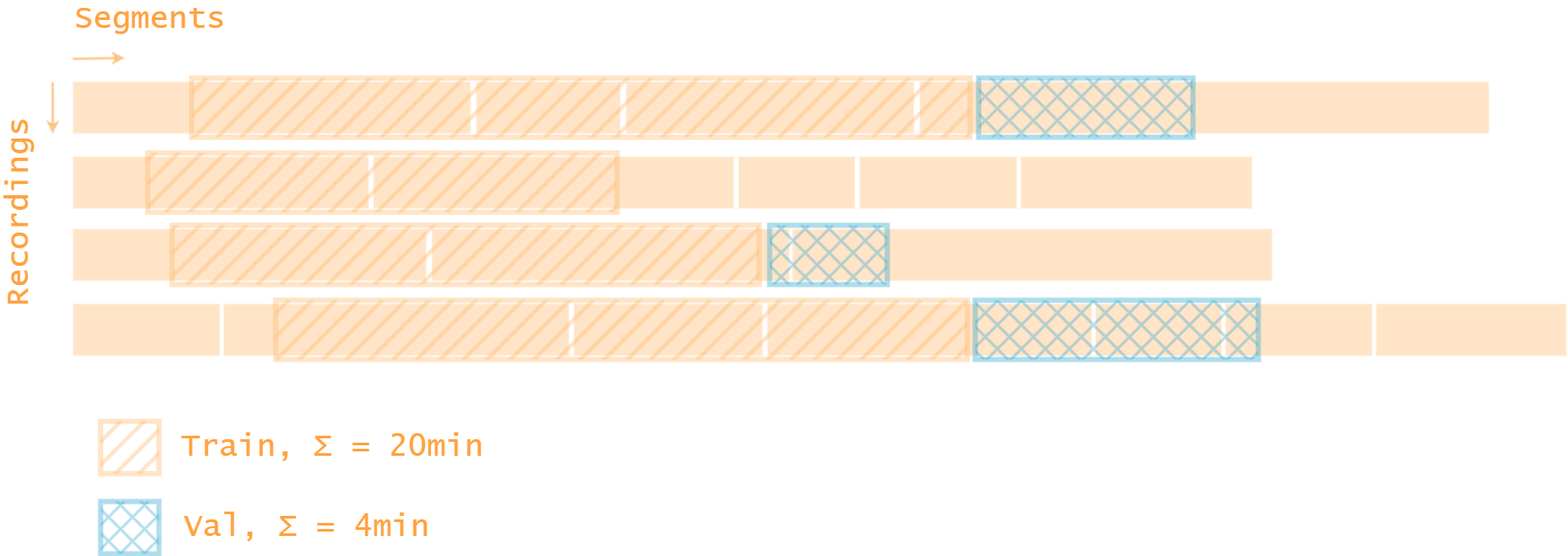
The draw.io diagram figs/split.drawio.png in Senopiece/thesis, before a commit. Source tidied: cells renumbered, new cells last; positions are measured from the earlier drawing's top-left corner, leaving out a move shared by most shapes.
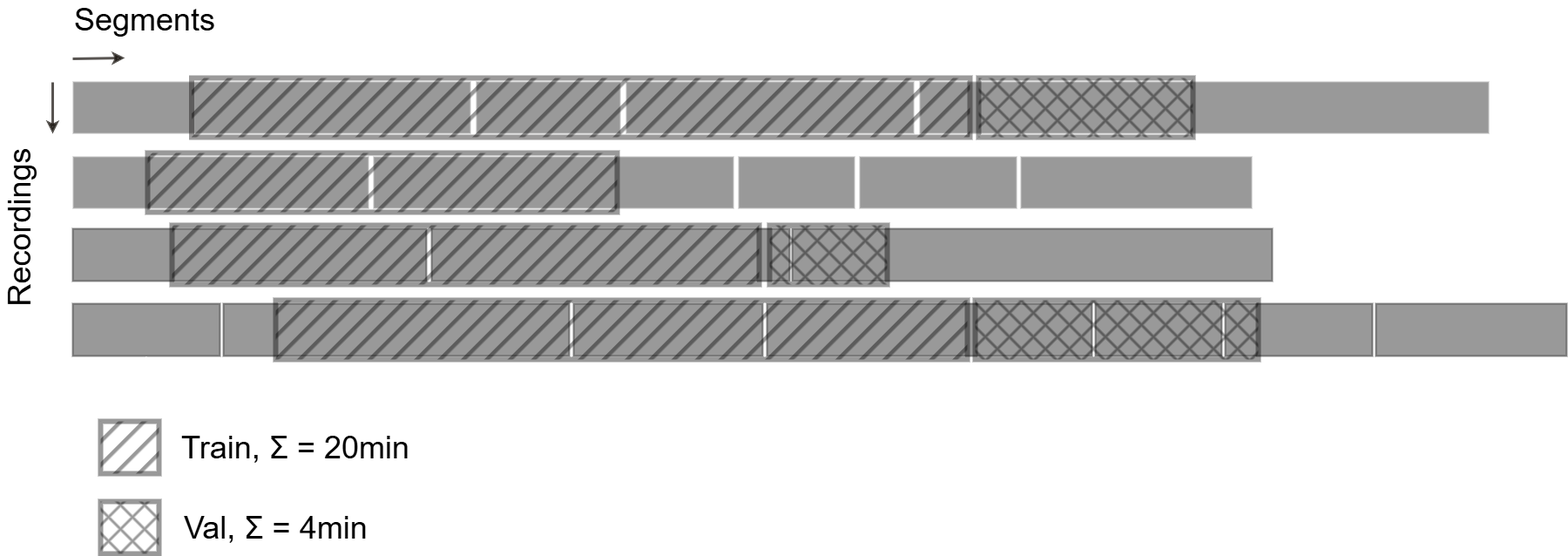
The same file after the commit.

Diff of the diagram source:
```diff
@@ -2,115 +2,115 @@
   <root>
     <mxCell id="0" />
     <mxCell id="1" parent="0" />
-    <mxCell id="2" value="Segments" style="text;html=1;align=left;verticalAlign=middle;whiteSpace=wrap;rounded=0;fillColor=none;strokeColor=none;shadow=0;glass=0;fontColor=light-dark(#000000,#FFA240);textShadow=0;fontSize=36;fontFamily=Lucida Console;" parent="1" vertex="1">
+    <mxCell id="2" value="Segments" style="text;html=1;align=left;verticalAlign=middle;whiteSpace=wrap;rounded=0;fillColor=none;strokeColor=none;shadow=0;glass=0;fontColor=light-dark(#000000,#000000);textShadow=0;fontSize=36;fontFamily=Helvetica;" parent="1" vertex="1">
       <mxGeometry x="178" width="207" height="35" as="geometry" />
     </mxCell>
-    <mxCell id="3" style="rounded=0;whiteSpace=wrap;html=1;fillColor=#FFBB73;strokeWidth=2;opacity=40;" parent="1" vertex="1">
+    <mxCell id="3" style="rounded=0;whiteSpace=wrap;html=1;fillColor=#000000;strokeWidth=2;opacity=40;fontFamily=Helvetica;fontColor=light-dark(#000000,#000000);" parent="1" vertex="1">
       <mxGeometry x="178" y="89" width="457" height="60" as="geometry" />
     </mxCell>
-    <mxCell id="4" style="rounded=0;whiteSpace=wrap;html=1;fillColor=#FFBB73;strokeWidth=2;opacity=40;" parent="1" vertex="1">
+    <mxCell id="4" style="rounded=0;whiteSpace=wrap;html=1;fillColor=#000000;strokeWidth=2;opacity=40;fontFamily=Helvetica;fontColor=light-dark(#000000,#000000);" parent="1" vertex="1">
       <mxGeometry x="641" y="89" width="166" height="60" as="geometry" />
     </mxCell>
-    <mxCell id="5" style="rounded=0;whiteSpace=wrap;html=1;fillColor=#FFBB73;strokeWidth=2;opacity=40;" parent="1" vertex="1">
+    <mxCell id="5" style="rounded=0;whiteSpace=wrap;html=1;fillColor=#000000;strokeWidth=2;opacity=40;fontFamily=Helvetica;fontColor=light-dark(#000000,#000000);" parent="1" vertex="1">
       <mxGeometry x="813" y="89" width="331" height="60" as="geometry" />
     </mxCell>
-    <mxCell id="6" style="rounded=0;whiteSpace=wrap;html=1;fillColor=#FFBB73;strokeWidth=2;opacity=40;" parent="1" vertex="1">
+    <mxCell id="6" style="rounded=0;whiteSpace=wrap;html=1;fillColor=#000000;strokeWidth=2;opacity=40;fontFamily=Helvetica;fontColor=light-dark(#000000,#000000);" parent="1" vertex="1">
       <mxGeometry x="1150" y="89" width="654" height="60" as="geometry" />
     </mxCell>
-    <mxCell id="7" style="rounded=0;whiteSpace=wrap;html=1;fillColor=#FFBB73;strokeWidth=2;opacity=40;" parent="1" vertex="1">
+    <mxCell id="7" style="rounded=0;whiteSpace=wrap;html=1;fillColor=#000000;strokeWidth=2;opacity=40;fontFamily=Helvetica;fontColor=light-dark(#000000,#000000);" parent="1" vertex="1">
       <mxGeometry x="178" y="175" width="340" height="60" as="geometry" />
     </mxCell>
-    <mxCell id="8" style="rounded=0;whiteSpace=wrap;html=1;fillColor=#FFBB73;strokeWidth=2;opacity=40;" parent="1" vertex="1">
+    <mxCell id="8" style="rounded=0;whiteSpace=wrap;html=1;fillColor=#000000;strokeWidth=2;opacity=40;fontFamily=Helvetica;fontColor=light-dark(#000000,#000000);" parent="1" vertex="1">
       <mxGeometry x="523" y="175" width="414" height="60" as="geometry" />
     </mxCell>
-    <mxCell id="9" style="rounded=0;whiteSpace=wrap;html=1;fillColor=#FFBB73;strokeWidth=2;opacity=40;" parent="1" vertex="1">
+    <mxCell id="9" style="rounded=0;whiteSpace=wrap;html=1;fillColor=#000000;strokeWidth=2;opacity=40;fontFamily=Helvetica;fontColor=light-dark(#000000,#000000);" parent="1" vertex="1">
       <mxGeometry x="942" y="175" width="134" height="60" as="geometry" />
     </mxCell>
-    <mxCell id="10" style="rounded=0;whiteSpace=wrap;html=1;fillColor=#FFBB73;strokeWidth=2;opacity=40;" parent="1" vertex="1">
+    <mxCell id="10" style="rounded=0;whiteSpace=wrap;html=1;fillColor=#000000;strokeWidth=2;opacity=40;fontFamily=Helvetica;fontColor=light-dark(#000000,#000000);" parent="1" vertex="1">
       <mxGeometry x="1081" y="175" width="181" height="60" as="geometry" />
     </mxCell>
-    <mxCell id="11" style="rounded=0;whiteSpace=wrap;html=1;fillColor=#FFBB73;strokeWidth=2;opacity=40;" parent="1" vertex="1">
+    <mxCell id="11" style="rounded=0;whiteSpace=wrap;html=1;fillColor=#000000;strokeWidth=2;opacity=40;fontFamily=Helvetica;fontColor=light-dark(#000000,#000000);strokeColor=#000000;" parent="1" vertex="1">
       <mxGeometry x="178" y="258" width="406" height="60" as="geometry" />
     </mxCell>
-    <mxCell id="12" style="rounded=0;whiteSpace=wrap;html=1;fillColor=#FFBB73;strokeWidth=2;opacity=40;" parent="1" vertex="1">
+    <mxCell id="12" style="rounded=0;whiteSpace=wrap;html=1;fillColor=#000000;strokeWidth=2;opacity=40;fontFamily=Helvetica;fontColor=light-dark(#000000,#000000);strokeColor=#000000;" parent="1" vertex="1">
       <mxGeometry x="590" y="258" width="411" height="60" as="geometry" />
     </mxCell>
-    <mxCell id="13" style="rounded=0;whiteSpace=wrap;html=1;fillColor=#FFBB73;strokeWidth=2;opacity=40;" parent="1" vertex="1">
+    <mxCell id="13" style="rounded=0;whiteSpace=wrap;html=1;fillColor=#000000;strokeWidth=2;opacity=40;fontFamily=Helvetica;fontColor=light-dark(#000000,#000000);strokeColor=#000000;" parent="1" vertex="1">
       <mxGeometry x="1004" y="258" width="551" height="60" as="geometry" />
     </mxCell>
-    <mxCell id="14" style="rounded=0;whiteSpace=wrap;html=1;fillColor=#FFBB73;strokeWidth=2;opacity=40;" parent="1" vertex="1">
+    <mxCell id="14" style="rounded=0;whiteSpace=wrap;html=1;fillColor=#000000;strokeWidth=2;opacity=40;fontFamily=Helvetica;fontColor=light-dark(#000000,#000000);strokeColor=#000000;" parent="1" vertex="1">
       <mxGeometry x="178" y="344" width="169" height="60" as="geometry" />
     </mxCell>
-    <mxCell id="15" style="rounded=0;whiteSpace=wrap;html=1;fillColor=#FFBB73;strokeWidth=2;opacity=40;" parent="1" vertex="1">
+    <mxCell id="15" style="rounded=0;whiteSpace=wrap;html=1;fillColor=#000000;strokeWidth=2;opacity=40;fontFamily=Helvetica;fontColor=light-dark(#000000,#000000);strokeColor=#000000;" parent="1" vertex="1">
       <mxGeometry x="351" y="344" width="397" height="60" as="geometry" />
     </mxCell>
-    <mxCell id="16" style="rounded=0;whiteSpace=wrap;html=1;fillColor=#FFBB73;strokeWidth=2;opacity=40;" parent="1" vertex="1">
+    <mxCell id="16" style="rounded=0;whiteSpace=wrap;html=1;fillColor=#000000;strokeWidth=2;opacity=40;fontFamily=Helvetica;fontColor=light-dark(#000000,#000000);strokeColor=#000000;" parent="1" vertex="1">
       <mxGeometry x="753" y="344" width="217" height="60" as="geometry" />
     </mxCell>
-    <mxCell id="17" style="rounded=0;whiteSpace=wrap;html=1;fillColor=#FFBB73;strokeWidth=2;opacity=40;" parent="1" vertex="1">
+    <mxCell id="17" style="rounded=0;whiteSpace=wrap;html=1;fillColor=#000000;strokeWidth=2;opacity=40;fontFamily=Helvetica;fontColor=light-dark(#000000,#000000);strokeColor=#000000;" parent="1" vertex="1">
       <mxGeometry x="975" y="344" width="373" height="60" as="geometry" />
     </mxCell>
-    <mxCell id="18" style="rounded=0;whiteSpace=wrap;html=1;fillColor=#FFBB73;strokeWidth=2;opacity=40;" parent="1" vertex="1">
+    <mxCell id="18" style="rounded=0;whiteSpace=wrap;html=1;fillColor=#000000;strokeWidth=2;opacity=40;fontFamily=Helvetica;fontColor=light-dark(#000000,#000000);" parent="1" vertex="1">
       <mxGeometry x="1266" y="175" width="266" height="60" as="geometry" />
     </mxCell>
-    <mxCell id="19" style="rounded=0;whiteSpace=wrap;html=1;fillColor=#FFBB73;strokeWidth=2;opacity=40;" parent="1" vertex="1">
+    <mxCell id="19" style="rounded=0;whiteSpace=wrap;html=1;fillColor=#000000;strokeWidth=2;opacity=40;fontFamily=Helvetica;fontColor=light-dark(#000000,#000000);strokeColor=#000000;" parent="1" vertex="1">
       <mxGeometry x="1352" y="344" width="145" height="60" as="geometry" />
     </mxCell>
-    <mxCell id="20" style="rounded=0;whiteSpace=wrap;html=1;fillColor=#FFBB73;strokeWidth=2;opacity=40;" parent="1" vertex="1">
+    <mxCell id="20" style="rounded=0;whiteSpace=wrap;html=1;fillColor=#000000;strokeWidth=2;opacity=40;fontFamily=Helvetica;fontColor=light-dark(#000000,#000000);strokeColor=#000000;" parent="1" vertex="1">
       <mxGeometry x="1674" y="344" width="219" height="60" as="geometry" />
     </mxCell>
-    <mxCell id="21" style="rounded=0;whiteSpace=wrap;html=1;fillColor=#FFBB73;strokeWidth=2;opacity=40;" parent="1" vertex="1">
+    <mxCell id="21" style="rounded=0;whiteSpace=wrap;html=1;fillColor=#000000;strokeWidth=2;opacity=40;fontFamily=Helvetica;fontColor=light-dark(#000000,#000000);strokeColor=#000000;" parent="1" vertex="1">
       <mxGeometry x="1501" y="344" width="169" height="60" as="geometry" />
     </mxCell>
-    <mxCell id="22" style="endArrow=classic;html=1;rounded=0;strokeWidth=3;strokeColor=#FFBB73;opacity=70;" parent="1" edge="1">
+    <mxCell id="22" style="endArrow=classic;html=1;rounded=0;strokeWidth=3;strokeColor=#110C07;opacity=70;fontFamily=Helvetica;fontColor=light-dark(#000000,#000000);" parent="1" edge="1">
       <mxGeometry relative="1" as="geometry">
         <mxPoint x="155" y="90" as="sourcePoint" />
         <mxPoint x="155" y="149" as="targetPoint" />
       </mxGeometry>
     </mxCell>
-    <mxCell id="23" style="endArrow=classic;html=1;rounded=0;strokeWidth=3;strokeColor=#FFBB73;opacity=70;" parent="1" edge="1">
+    <mxCell id="23" style="endArrow=classic;html=1;rounded=0;strokeWidth=3;strokeColor=#110C07;opacity=70;fontFamily=Helvetica;fontColor=light-dark(#000000,#000000);" parent="1" edge="1">
       <mxGeometry relative="1" as="geometry">
         <mxPoint x="178" y="63" as="sourcePoint" />
         <mxPoint x="238" y="62" as="targetPoint" />
       </mxGeometry>
     </mxCell>
-    <mxCell id="24" value="Recordings" style="text;html=1;align=left;verticalAlign=middle;whiteSpace=wrap;rounded=0;fillColor=none;strokeColor=none;shadow=0;glass=0;fontColor=light-dark(#000000,#FFA240);textShadow=0;fontSize=36;fontFamily=Lucida Console;rotation=-90;" parent="1" vertex="1">
+    <mxCell id="24" value="Recordings" style="text;html=1;align=left;verticalAlign=middle;whiteSpace=wrap;rounded=0;fillColor=none;strokeColor=none;shadow=0;glass=0;fontColor=light-dark(#000000,#000000);textShadow=0;fontSize=36;fontFamily=Helvetica;rotation=-90;" parent="1" vertex="1">
       <mxGeometry y="216" width="232" height="35" as="geometry" />
     </mxCell>
-    <mxCell id="25" style="edgeStyle=orthogonalEdgeStyle;rounded=0;jettySize=auto;html=1;" parent="1" edge="1" source="26" target="14">
+    <mxCell id="25" style="edgeStyle=orthogonalEdgeStyle;rounded=0;jettySize=auto;html=1;fontFamily=Helvetica;fontColor=light-dark(#000000,#000000);" parent="1" edge="1" source="26" target="14">
       <mxGeometry relative="1" as="geometry" />
     </mxCell>
-    <mxCell id="26" style="rounded=0;whiteSpace=wrap;html=1;fillColor=#FFBB73;strokeWidth=6;opacity=40;fillStyle=hatch;strokeColor=#FFBB73;" parent="1" vertex="1">
+    <mxCell id="26" style="rounded=0;whiteSpace=wrap;html=1;fillColor=#000000;strokeWidth=6;opacity=40;fillStyle=hatch;strokeColor=#000000;fontFamily=Helvetica;fontColor=light-dark(#000000,#000000);" parent="1" vertex="1">
       <mxGeometry x="210" y="479" width="67" height="60" as="geometry" />
     </mxCell>
-    <mxCell id="27" value="Train,&amp;nbsp;Σ = 20min" style="text;html=1;align=left;verticalAlign=middle;whiteSpace=wrap;rounded=0;fillColor=none;strokeColor=none;shadow=0;glass=0;fontColor=light-dark(#000000,#FFA240);textShadow=0;fontSize=36;fontFamily=Lucida Console;" parent="1" vertex="1">
+    <mxCell id="27" value="Train,&amp;nbsp;Σ = 20min" style="text;html=1;align=left;verticalAlign=middle;whiteSpace=wrap;rounded=0;fillColor=none;strokeColor=none;shadow=0;glass=0;fontColor=light-dark(#000000,#000000);textShadow=0;fontSize=36;fontFamily=Helvetica;" parent="1" vertex="1">
       <mxGeometry x="301" y="491.5" width="392" height="35" as="geometry" />
     </mxCell>
-    <mxCell id="28" style="rounded=0;whiteSpace=wrap;html=1;fillColor=#3AAACF;strokeWidth=6;opacity=40;fillStyle=cross-hatch;strokeColor=#3AAACF;" parent="1" vertex="1">
+    <mxCell id="28" style="rounded=0;whiteSpace=wrap;html=1;fillColor=#000000;strokeWidth=6;opacity=40;fillStyle=cross-hatch;strokeColor=#000000;fontFamily=Helvetica;fontColor=light-dark(#000000,#000000);" parent="1" vertex="1">
       <mxGeometry x="210" y="571" width="67" height="60" as="geometry" />
     </mxCell>
-    <mxCell id="29" value="Val,&amp;nbsp;Σ = 4min" style="text;html=1;align=left;verticalAlign=middle;whiteSpace=wrap;rounded=0;fillColor=none;strokeColor=none;shadow=0;glass=0;fontColor=light-dark(#000000,#FFA240);textShadow=0;fontSize=36;fontFamily=Lucida Console;" parent="1" vertex="1">
+    <mxCell id="29" value="Val,&amp;nbsp;Σ = 4min" style="text;html=1;align=left;verticalAlign=middle;whiteSpace=wrap;rounded=0;fillColor=none;strokeColor=none;shadow=0;glass=0;fontColor=light-dark(#000000,#000000);textShadow=0;fontSize=36;fontFamily=Helvetica;" parent="1" vertex="1">
       <mxGeometry x="304" y="583.5" width="374" height="35" as="geometry" />
     </mxCell>
-    <mxCell id="30" style="rounded=0;whiteSpace=wrap;html=1;fillColor=#FFBB73;strokeWidth=6;opacity=40;fillStyle=hatch;strokeColor=#FFBB73;" parent="1" vertex="1">
+    <mxCell id="30" style="rounded=0;whiteSpace=wrap;html=1;fillColor=#000000;strokeWidth=6;opacity=40;fillStyle=hatch;strokeColor=#040302;fontFamily=Helvetica;fontColor=light-dark(#000000,#000000);" parent="1" vertex="1">
       <mxGeometry x="314.5" y="85" width="893.5" height="68" as="geometry" />
     </mxCell>
-    <mxCell id="31" style="rounded=0;whiteSpace=wrap;html=1;fillColor=#FFBB73;strokeWidth=6;opacity=40;fillStyle=hatch;strokeColor=#FFBB73;" parent="1" vertex="1">
+    <mxCell id="31" style="rounded=0;whiteSpace=wrap;html=1;fillColor=#000000;strokeWidth=6;opacity=40;fillStyle=hatch;strokeColor=#010101;fontFamily=Helvetica;fontColor=light-dark(#000000,#000000);" parent="1" vertex="1">
       <mxGeometry x="264" y="171" width="539" height="68" as="geometry" />
     </mxCell>
-    <mxCell id="32" style="rounded=0;whiteSpace=wrap;html=1;fillColor=#FFBB73;strokeWidth=6;opacity=40;fillStyle=hatch;strokeColor=#FFBB73;" parent="1" vertex="1">
+    <mxCell id="32" style="rounded=0;whiteSpace=wrap;html=1;fillColor=#000000;strokeWidth=6;opacity=40;fillStyle=hatch;strokeColor=#000000;fontFamily=Helvetica;fontColor=light-dark(#000000,#000000);" parent="1" vertex="1">
       <mxGeometry x="292" y="254" width="674" height="68" as="geometry" />
     </mxCell>
-    <mxCell id="33" style="rounded=0;whiteSpace=wrap;html=1;fillColor=#FFBB73;strokeWidth=6;opacity=40;fillStyle=hatch;strokeColor=#FFBB73;" parent="1" vertex="1">
+    <mxCell id="33" style="rounded=0;whiteSpace=wrap;html=1;fillColor=#000000;strokeWidth=6;opacity=40;fillStyle=hatch;strokeColor=#000000;fontFamily=Helvetica;fontColor=light-dark(#000000,#000000);" parent="1" vertex="1">
       <mxGeometry x="411" y="340" width="794" height="68" as="geometry" />
     </mxCell>
-    <mxCell id="34" style="rounded=0;whiteSpace=wrap;html=1;fillColor=#3AAACF;strokeWidth=6;opacity=40;fillStyle=cross-hatch;strokeColor=#3AAACF;" parent="1" vertex="1">
+    <mxCell id="34" style="rounded=0;whiteSpace=wrap;html=1;fillColor=#000000;strokeWidth=6;opacity=40;fillStyle=cross-hatch;strokeColor=#000000;fontFamily=Helvetica;fontColor=light-dark(#000000,#000000);" parent="1" vertex="1">
       <mxGeometry x="1218" y="85" width="246" height="68" as="geometry" />
     </mxCell>
-    <mxCell id="35" style="rounded=0;whiteSpace=wrap;html=1;fillColor=#3AAACF;strokeWidth=6;opacity=40;fillStyle=cross-hatch;strokeColor=#3AAACF;" parent="1" vertex="1">
+    <mxCell id="35" style="rounded=0;whiteSpace=wrap;html=1;fillColor=#000000;strokeWidth=6;opacity=40;fillStyle=cross-hatch;strokeColor=#000000;fontFamily=Helvetica;fontColor=light-dark(#000000,#000000);" parent="1" vertex="1">
       <mxGeometry x="978" y="254" width="135" height="68" as="geometry" />
     </mxCell>
-    <mxCell id="36" style="rounded=0;whiteSpace=wrap;html=1;fillColor=#3AAACF;strokeWidth=6;opacity=40;fillStyle=cross-hatch;strokeColor=#3AAACF;" parent="1" vertex="1">
+    <mxCell id="36" style="rounded=0;whiteSpace=wrap;html=1;fillColor=#000000;strokeWidth=6;opacity=40;fillStyle=cross-hatch;strokeColor=#000000;fontFamily=Helvetica;fontColor=light-dark(#000000,#000000);" parent="1" vertex="1">
       <mxGeometry x="1214" y="340" width="325" height="68" as="geometry" />
     </mxCell>
   </root>
```
